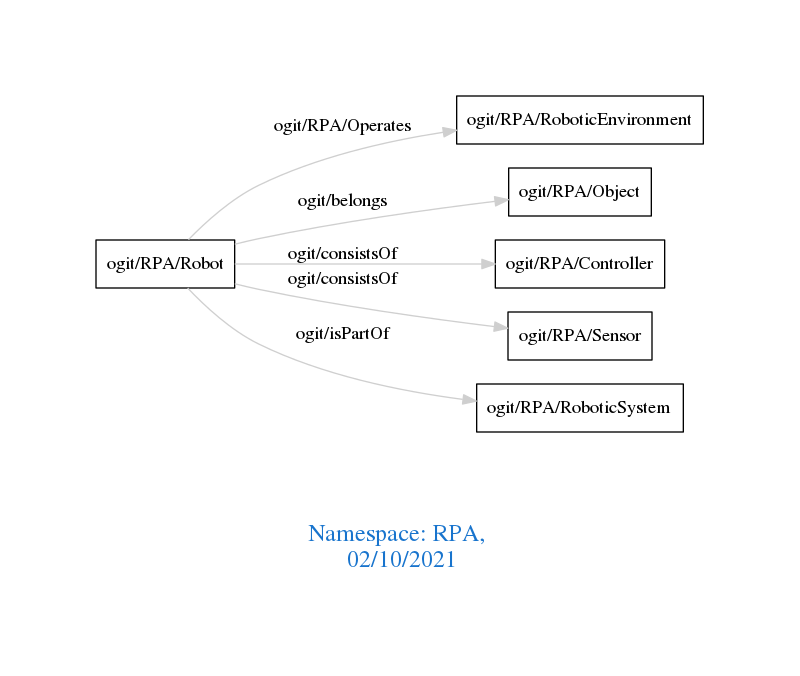
arago/OGIT keeps this Graphviz diagram as downloads/RPA.png. Above is the earlier version. Its source is kept beside it as downloads/RPA.dot.
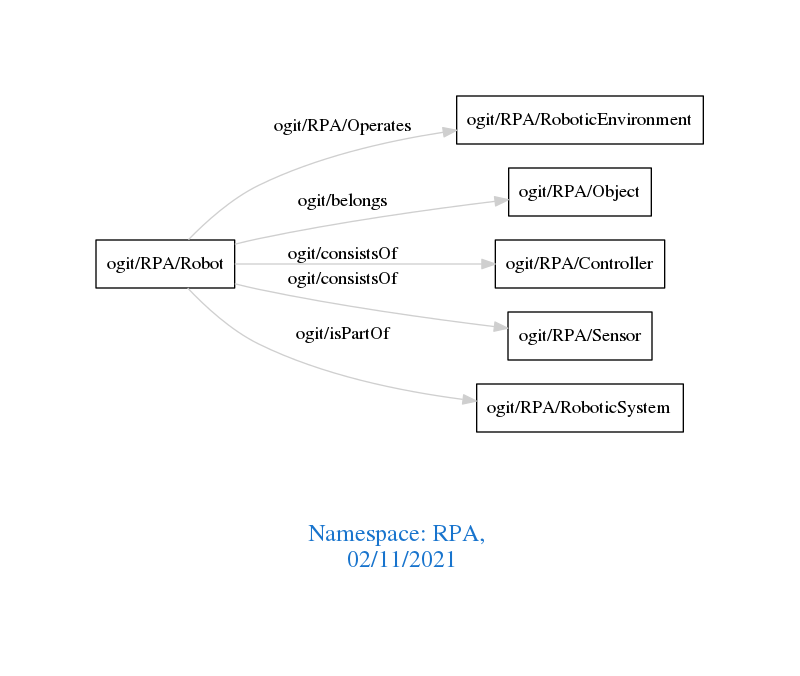
Above is the later version.

Diff of the diagram source:
```diff
@@ -1,7 +1,7 @@
 digraph OGIT_ontology {
  graph [ rankdir= LR,pad=1
 fontsize = 18,
-fontcolor= dodgerblue3,label = "\n\n\nNamespace: RPA, \n 02/10/2021"];
+fontcolor= dodgerblue3,label = "\n\n\nNamespace: RPA, \n 02/11/2021"];
 node[shape=polygon];
 edge [  color="gray81"];
 
```
